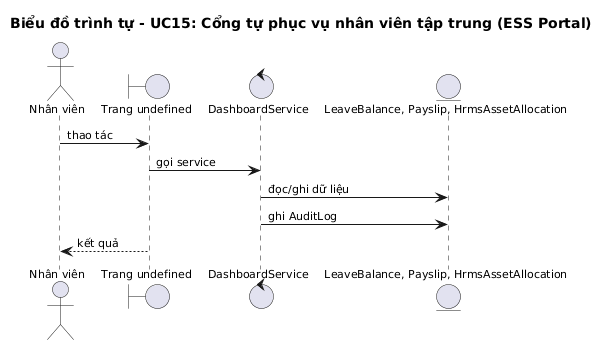
Above: Hệ thống thông tin quản trị nhân lực/doc/images/hinh_seq_uc15.png in BlackOwl242/tailieuhoctap (PlantUML), before the change.
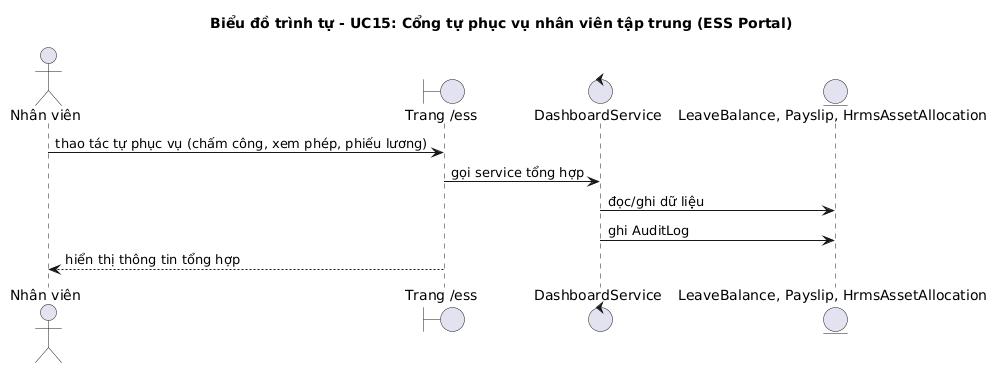
After the commit.

Diff of the diagram source:
```diff
@@ -1,20 +1,14 @@
 @startuml
 skinparam linetype ortho
 skinparam shadowing false
-skinparam defaultFontName "Times New Roman"
-skinparam defaultFontSize 11
-skinparam roundCorner 4
 title Biểu đồ trình tự - UC15: Cổng tự phục vụ nhân viên tập trung (ESS Portal)
-
-skinparam linetype ortho
-skinparam shadowing false
 actor "Nhân viên" as A
-boundary "Trang undefined" as B
+boundary "Trang /ess" as B
 control "DashboardService" as C
 entity "LeaveBalance, Payslip, HrmsAssetAllocation" as E
-A -> B : thao tác
-B -> C : gọi service
+A -> B : thao tác tự phục vụ (chấm công, xem phép, phiếu lương)
+B -> C : gọi service tổng hợp
 C -> E : đọc/ghi dữ liệu
 C -> E : ghi AuditLog
-B --> A : kết quả
+B --> A : hiển thị thông tin tổng hợp
 @enduml
```
